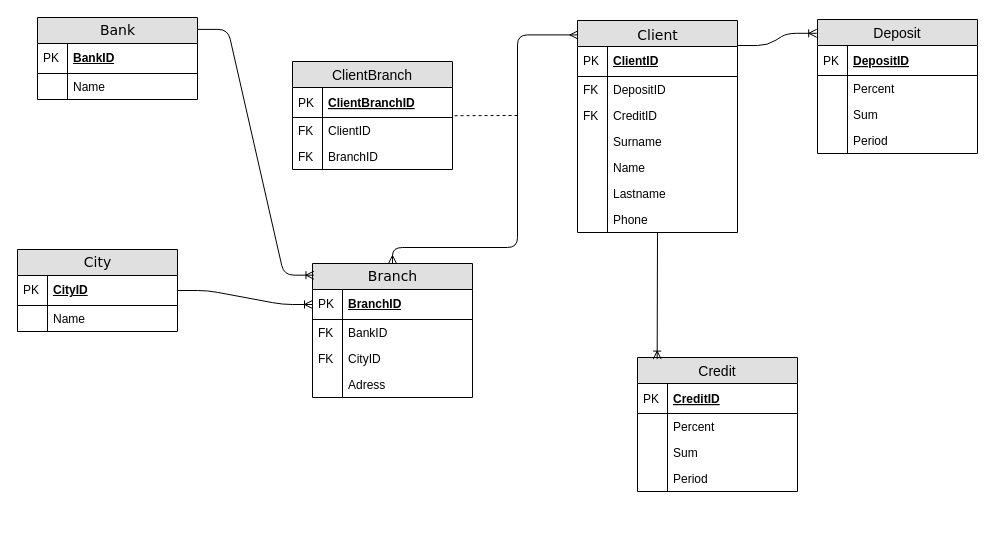
duxa2089/entity-relationship-model keeps this draw.io diagram as Untitled Diagram.drawio. Above is the earlier version. Source tidied: cells renumbered, new cells numbered last; positions are measured from the earlier drawing's top-left corner, leaving out a move shared by most shapes. Both pictures are drawn from the tidied source at 100%, with x=0, y=0 at pixel (17, 17).
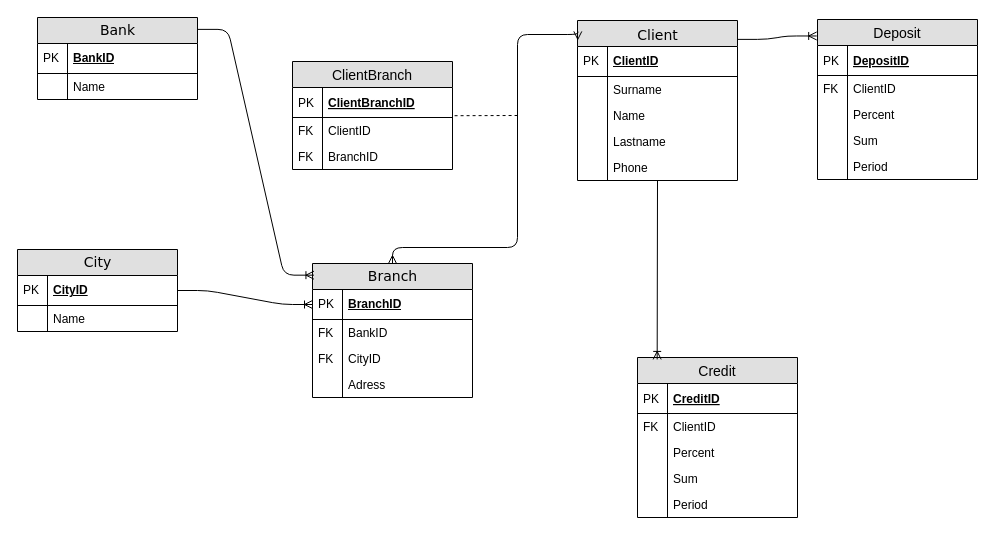
After the change.

The edit, as a diff of the source:
```diff
@@
     <mxCell id="2" value="Client" style="swimlane;html=1;fontStyle=0;horizontal=1;startSize=26;fillColor=#e0e0e0;swimlaneFillColor=#ffffff;align=center;rounded=0;shadow=0;comic=0;labelBackgroundColor=none;strokeColor=#000000;strokeWidth=1;fontFamily=Verdana;fontSize=14;fontColor=#000000;swimlaneLine=1;verticalAlign=top;" parent="1" vertex="1">
-      <mxGeometry x="560" y="3" width="160" height="212" as="geometry" />
+      <mxGeometry x="560" y="3" width="160" height="160" as="geometry" />
     </mxCell>
@@
-    <mxCell id="5" value="DepositID" style="shape=partialRectangle;top=0;left=0;right=0;bottom=0;align=left;verticalAlign=top;fillColor=none;spacingLeft=34;spacingRight=4;overflow=hidden;fontSize=12;" parent="2" vertex="1">
-      <mxGeometry y="56" width="160" height="26" as="geometry" />
-    </mxCell>
-    <mxCell id="6" value="FK" style="shape=partialRectangle;top=0;left=0;bottom=0;fillColor=none;align=left;verticalAlign=top;spacingLeft=4;spacingRight=4;overflow=hidden;fontSize=12;" parent="5" vertex="1">
-      <mxGeometry width="30" height="26" as="geometry" />
-    </mxCell>
-    <mxCell id="7" value="CreditID" style="shape=partialRectangle;top=0;left=0;right=0;bottom=0;align=left;verticalAlign=top;fillColor=none;spacingLeft=34;spacingRight=4;overflow=hidden;fontSize=12;" parent="2" vertex="1">
-      <mxGeometry y="82" width="160" height="26" as="geometry" />
-    </mxCell>
-    <mxCell id="8" value="FK" style="shape=partialRectangle;top=0;left=0;bottom=0;fillColor=none;align=left;verticalAlign=top;spacingLeft=4;spacingRight=4;overflow=hidden;fontSize=12;" parent="7" vertex="1">
-      <mxGeometry width="30" height="26" as="geometry" />
-    </mxCell>
     <mxCell id="9" value="Surname" style="shape=partialRectangle;top=0;left=0;right=0;bottom=0;html=1;align=left;verticalAlign=top;fillColor=none;spacingLeft=34;spacingRight=4;whiteSpace=wrap;overflow=hidden;" parent="2" vertex="1">
-      <mxGeometry y="108" width="160" height="26" as="geometry" />
+      <mxGeometry y="56" width="160" height="26" as="geometry" />
     </mxCell>
@@
     <mxCell id="11" value="Name" style="shape=partialRectangle;top=0;left=0;right=0;bottom=0;html=1;align=left;verticalAlign=top;fillColor=none;spacingLeft=34;spacingRight=4;whiteSpace=wrap;overflow=hidden;" parent="2" vertex="1">
-      <mxGeometry y="134" width="160" height="26" as="geometry" />
+      <mxGeometry y="82" width="160" height="26" as="geometry" />
     </mxCell>
@@
     <mxCell id="13" value="Lastname" style="shape=partialRectangle;top=0;left=0;right=0;bottom=0;html=1;align=left;verticalAlign=top;fillColor=none;spacingLeft=34;spacingRight=4;whiteSpace=wrap;overflow=hidden;" parent="2" vertex="1">
-      <mxGeometry y="160" width="160" height="26" as="geometry" />
+      <mxGeometry y="108" width="160" height="26" as="geometry" />
     </mxCell>
@@
     <mxCell id="15" value="Phone" style="shape=partialRectangle;top=0;left=0;right=0;bottom=0;html=1;align=left;verticalAlign=top;fillColor=none;spacingLeft=34;spacingRight=4;whiteSpace=wrap;overflow=hidden;" parent="2" vertex="1">
-      <mxGeometry y="186" width="160" height="26" as="geometry" />
+      <mxGeometry y="134" width="160" height="26" as="geometry" />
     </mxCell>
@@
     <mxCell id="36" value="Deposit" style="swimlane;fontStyle=0;horizontal=1;startSize=26;fillColor=#e0e0e0;swimlaneFillColor=#ffffff;align=center;fontSize=14;" parent="1" vertex="1">
-      <mxGeometry x="800" y="2" width="160" height="134" as="geometry" />
+      <mxGeometry x="800" y="2" width="160" height="160" as="geometry" />
     </mxCell>
@@
+    <mxCell id="67" value="ClientID" style="shape=partialRectangle;top=0;left=0;right=0;bottom=0;align=left;verticalAlign=top;fillColor=none;spacingLeft=34;spacingRight=4;overflow=hidden;fontSize=12;" parent="36" vertex="1">
+      <mxGeometry y="56" width="160" height="26" as="geometry" />
+    </mxCell>
+    <mxCell id="68" value="FK&#10;&#10;" style="shape=partialRectangle;top=0;left=0;bottom=0;fillColor=none;align=left;verticalAlign=top;spacingLeft=4;spacingRight=4;overflow=hidden;fontSize=12;" parent="67" vertex="1">
+      <mxGeometry width="30" height="26" as="geometry" />
+    </mxCell>
     <mxCell id="39" value="Percent" style="shape=partialRectangle;top=0;left=0;right=0;bottom=0;align=left;verticalAlign=top;fillColor=none;spacingLeft=34;spacingRight=4;overflow=hidden;fontSize=12;" parent="36" vertex="1">
-      <mxGeometry y="56" width="160" height="26" as="geometry" />
+      <mxGeometry y="82" width="160" height="26" as="geometry" />
     </mxCell>
@@
     <mxCell id="41" value="Sum" style="shape=partialRectangle;top=0;left=0;right=0;bottom=0;align=left;verticalAlign=top;fillColor=none;spacingLeft=34;spacingRight=4;overflow=hidden;fontSize=12;" parent="36" vertex="1">
-      <mxGeometry y="82" width="160" height="26" as="geometry" />
+      <mxGeometry y="108" width="160" height="26" as="geometry" />
     </mxCell>
@@
     <mxCell id="43" value="Period" style="shape=partialRectangle;top=0;left=0;right=0;bottom=0;align=left;verticalAlign=top;fillColor=none;spacingLeft=34;spacingRight=4;overflow=hidden;fontSize=12;" parent="36" vertex="1">
-      <mxGeometry y="108" width="160" height="26" as="geometry" />
+      <mxGeometry y="134" width="160" height="26" as="geometry" />
     </mxCell>
@@
     <mxCell id="45" value="Credit" style="swimlane;fontStyle=0;horizontal=1;startSize=26;fillColor=#e0e0e0;swimlaneFillColor=#ffffff;align=center;fontSize=14;" parent="1" vertex="1">
-      <mxGeometry x="620" y="340" width="160" height="134" as="geometry" />
+      <mxGeometry x="620" y="340" width="160" height="160" as="geometry" />
     </mxCell>
@@
+    <mxCell id="69" value="ClientID" style="shape=partialRectangle;top=0;left=0;right=0;bottom=0;align=left;verticalAlign=top;fillColor=none;spacingLeft=34;spacingRight=4;overflow=hidden;fontSize=12;" parent="45" vertex="1">
+      <mxGeometry y="56" width="160" height="26" as="geometry" />
+    </mxCell>
+    <mxCell id="70" value="FK&#10;&#10;" style="shape=partialRectangle;top=0;left=0;bottom=0;fillColor=none;align=left;verticalAlign=top;spacingLeft=4;spacingRight=4;overflow=hidden;fontSize=12;" parent="69" vertex="1">
+      <mxGeometry width="30" height="26" as="geometry" />
+    </mxCell>
     <mxCell id="48" value="Percent" style="shape=partialRectangle;top=0;left=0;right=0;bottom=0;align=left;verticalAlign=top;fillColor=none;spacingLeft=34;spacingRight=4;overflow=hidden;fontSize=12;" parent="45" vertex="1">
-      <mxGeometry y="56" width="160" height="26" as="geometry" />
+      <mxGeometry y="82" width="160" height="26" as="geometry" />
     </mxCell>
@@
     <mxCell id="50" value="Sum" style="shape=partialRectangle;top=0;left=0;right=0;bottom=0;align=left;verticalAlign=top;fillColor=none;spacingLeft=34;spacingRight=4;overflow=hidden;fontSize=12;" parent="45" vertex="1">
-      <mxGeometry y="82" width="160" height="26" as="geometry" />
+      <mxGeometry y="108" width="160" height="26" as="geometry" />
     </mxCell>
@@
     <mxCell id="52" value="Period" style="shape=partialRectangle;top=0;left=0;right=0;bottom=0;align=left;verticalAlign=top;fillColor=none;spacingLeft=34;spacingRight=4;overflow=hidden;fontSize=12;" parent="45" vertex="1">
-      <mxGeometry y="108" width="160" height="26" as="geometry" />
+      <mxGeometry y="134" width="160" height="26" as="geometry" />
     </mxCell>
```
